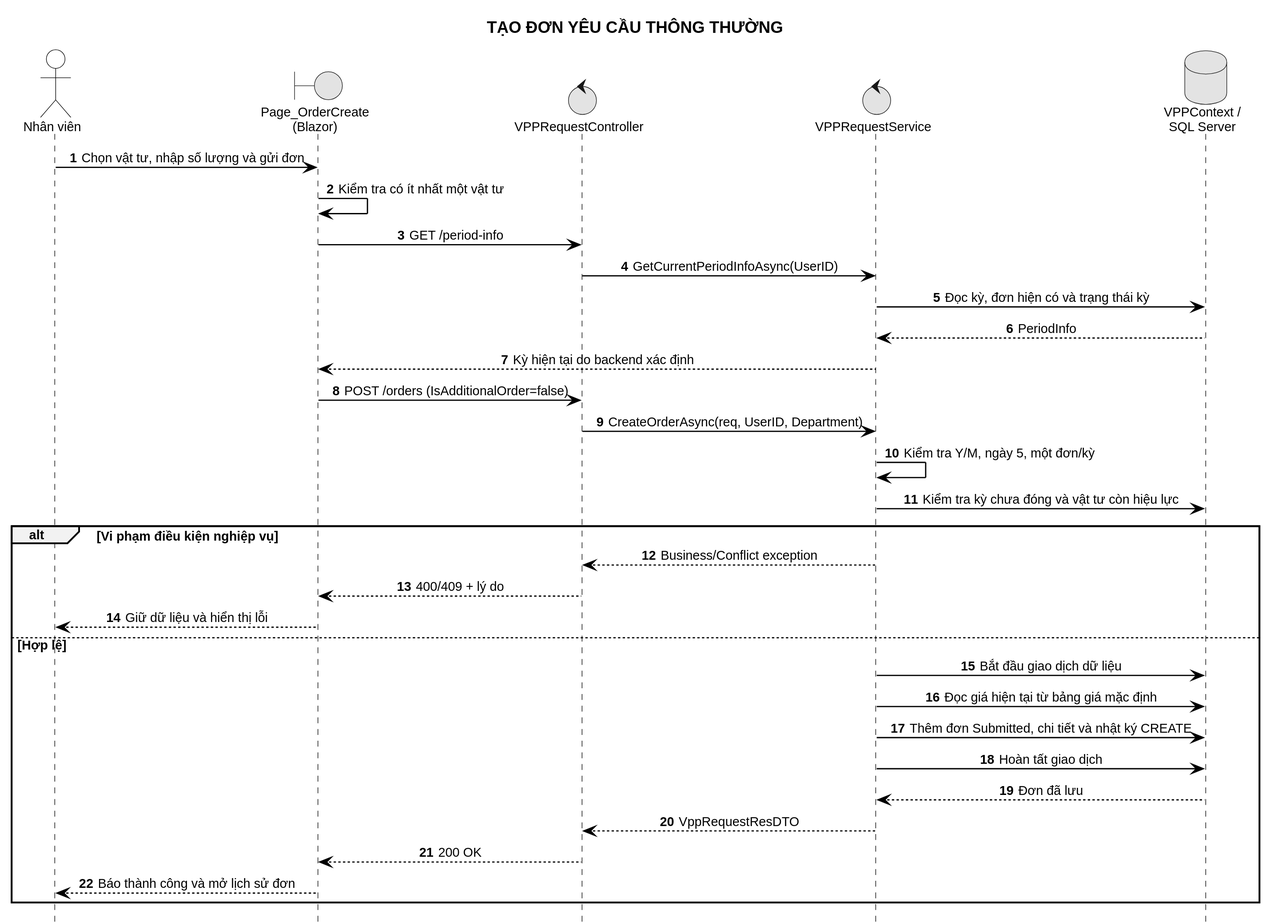
Above: LVTN/diagrams/ch03/sequence-create-regular-request.svg in Miikey24s/gtas_vpp (PlantUML), before the change.
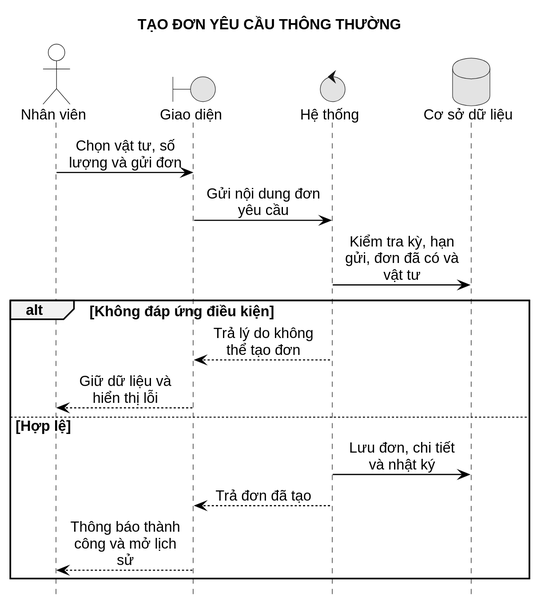
Above is the later version.

The edit, as a diff of the source:
```diff
@@ -3,35 +3,20 @@
 title TẠO ĐƠN YÊU CẦU THÔNG THƯỜNG
 
 actor "Nhân viên" as User
-boundary "Page_OrderCreate\n(Blazor)" as FE
-control "VPPRequestController" as API
-control "VPPRequestService" as Service
-database "VPPContext /\nSQL Server" as DB
+boundary "Giao diện" as UI
+control "Hệ thống" as System
+database "Cơ sở dữ liệu" as DB
 
-User -> FE : Chọn vật tư, nhập số lượng và gửi đơn
-FE -> FE : Kiểm tra có ít nhất một vật tư
-FE -> API : GET /period-info
-API -> Service : GetCurrentPeriodInfoAsync(UserID)
-Service -> DB : Đọc kỳ, đơn hiện có và trạng thái kỳ
-DB --> Service : PeriodInfo
-Service --> FE : Kỳ hiện tại do backend xác định
-FE -> API : POST /orders (IsAdditionalOrder=false)
-API -> Service : CreateOrderAsync(req, UserID, Department)
-Service -> Service : Kiểm tra Y/M, ngày 5, một đơn/kỳ
-Service -> DB : Kiểm tra kỳ chưa đóng và vật tư còn hiệu lực
+User -> UI : Chọn vật tư, số lượng và gửi đơn
+UI -> System : Gửi nội dung đơn yêu cầu
+System -> DB : Kiểm tra kỳ, hạn gửi, đơn đã có và vật tư
 
-alt Vi phạm điều kiện nghiệp vụ
-  Service --> API : Business/Conflict exception
-  API --> FE : 400/409 + lý do
-  FE --> User : Giữ dữ liệu và hiển thị lỗi
+alt Không đáp ứng điều kiện
+  System --> UI : Trả lý do không thể tạo đơn
+  UI --> User : Giữ dữ liệu và hiển thị lỗi
 else Hợp lệ
-  Service -> DB : Bắt đầu giao dịch dữ liệu
-  Service -> DB : Đọc giá hiện tại từ bảng giá mặc định
-  Service -> DB : Thêm đơn Submitted, chi tiết và nhật ký CREATE
-  Service -> DB : Hoàn tất giao dịch
-  DB --> Service : Đơn đã lưu
-  Service --> API : VppRequestResDTO
-  API --> FE : 200 OK
-  FE --> User : Báo thành công và mở lịch sử đơn
+  System -> DB : Lưu đơn, chi tiết và nhật ký
+  System --> UI : Trả đơn đã tạo
+  UI --> User : Thông báo thành công và mở lịch sử
 end
 @enduml
```
